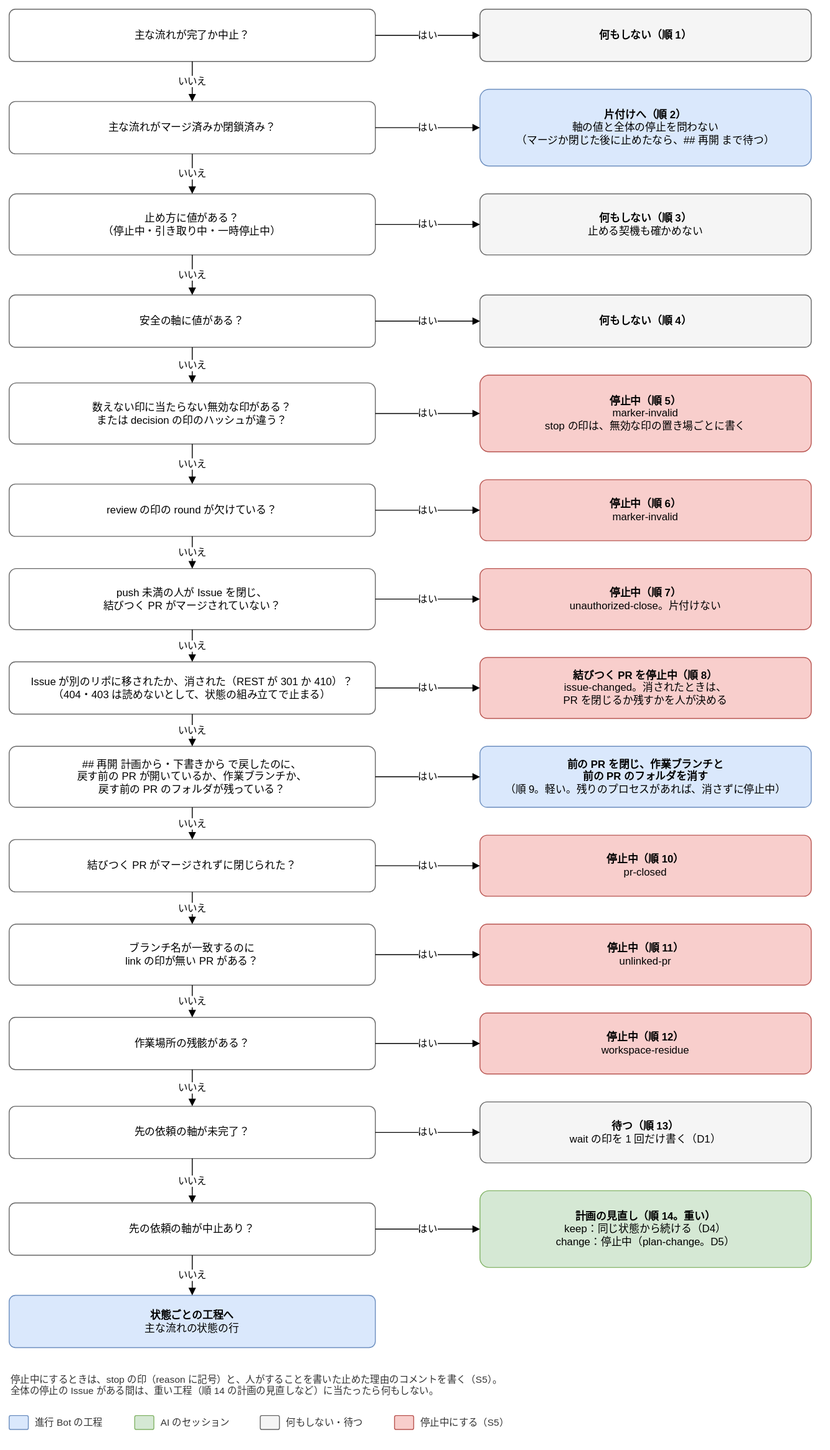
The draw.io diagram docs/design/basic/diagrams/02-next-step-stops.drawio.svg in Joymerrevent/dev-autopilot, before a commit. Source tidied: cells renumbered, new cells last; positions are measured from the earlier drawing's top-left corner, leaving out a move shared by most shapes.
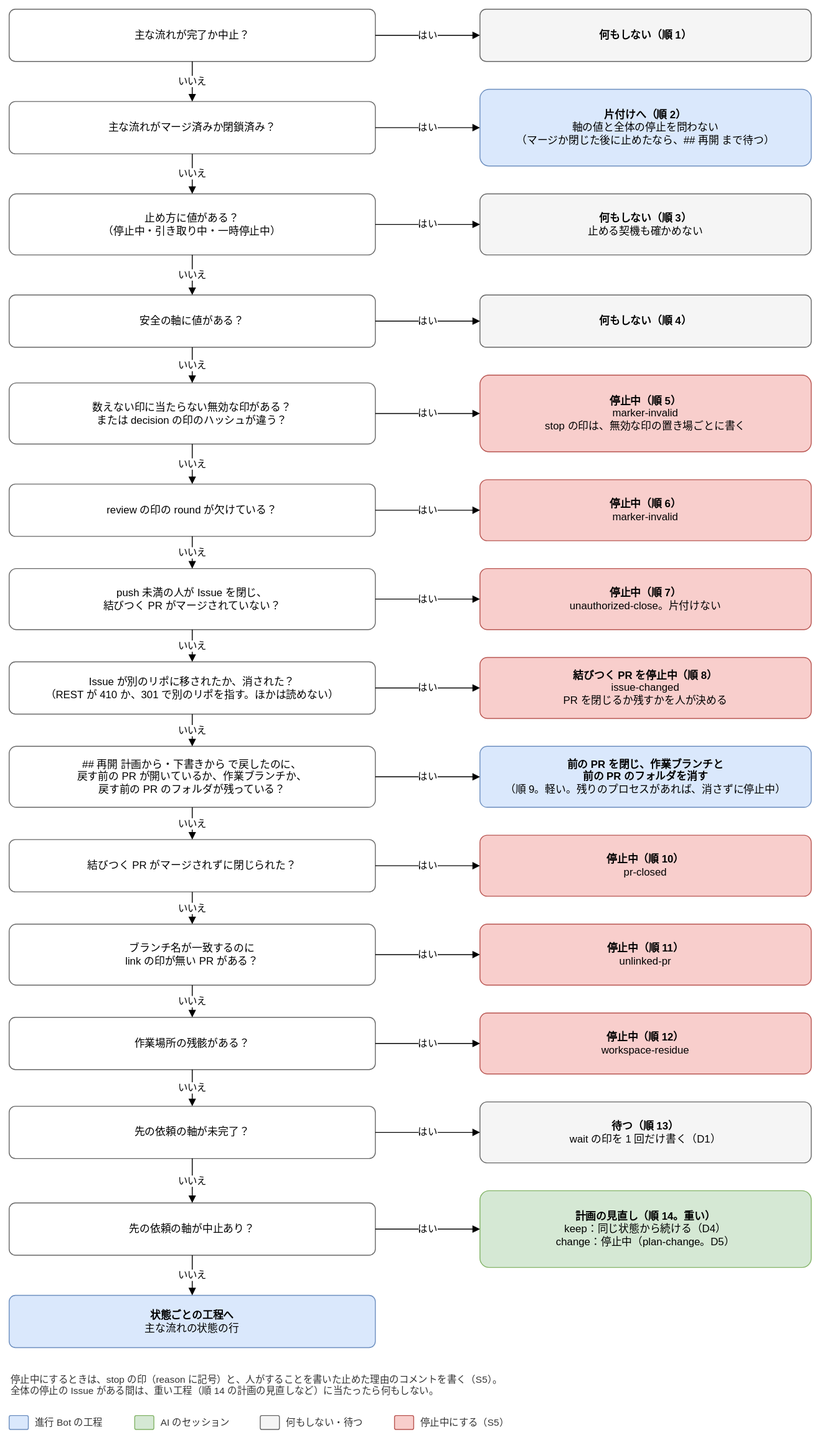
After the change.

Commit message:
docs(design): 基本設計の図で、移されたかの問いを ID の違う 301 にし、issue-changed の人の戻し方を足す

詳細設計の 7 回目の再レビューの R1-60・R1-65 に対応する。
- 02-next-step-stops：移されたかの問いを、Location の先のリポの ID が違う 301 の言い方にし、
  issue-changed の箱に、PR を閉じるか残すかを人が決めることを足す
- 02-workspace-residue：消さずに止めるときの箱に、issue-changed では組を消してから
  PR を閉じるか残すかを決めることを足す

Claude-Session: https://claude.ai/code/session_01LvmXQN14Y95msvojZ6hWNP

The edit, as a diff of the source:
```diff
@@ -83,10 +83,10 @@
     <mxCell id="28" value="いいえ" style="edgeStyle=orthogonalEdgeStyle;rounded=1;html=1;endArrow=block;endFill=1;fontSize=11;labelBackgroundColor=#ffffff;exitX=0.5;exitY=1;exitDx=0;exitDy=0;entryX=0.5;entryY=0;entryDx=0;entryDy=0;" parent="1" edge="1" source="21" target="25">
       <mxGeometry relative="1" as="geometry" />
     </mxCell>
-    <mxCell id="29" value="Issue が別のリポに移されたか、消された（REST が 301 か 410）？&lt;br&gt;（404・403 は読めないとして、状態の組み立てで止まる）" style="rounded=1;whiteSpace=wrap;html=1;fontSize=12;arcSize=12;spacing=12;fillColor=#ffffff;strokeColor=#666666;" parent="1" vertex="1">
+    <mxCell id="29" value="Issue が別のリポに移されたか、消された？&lt;br&gt;（REST が 410 か、301 で別のリポを指す。ほかは読めない）" style="rounded=1;whiteSpace=wrap;html=1;fontSize=12;arcSize=12;spacing=12;fillColor=#ffffff;strokeColor=#666666;" parent="1" vertex="1">
       <mxGeometry y="749" width="420" height="60" as="geometry" />
     </mxCell>
-    <mxCell id="30" value="&lt;b&gt;結びつく PR を停止中（順 8）&lt;/b&gt;&lt;br&gt;issue-changed。消されたときは、&lt;br&gt;PR を閉じるか残すかを人が決める" style="rounded=1;whiteSpace=wrap;html=1;fontSize=12;arcSize=12;spacing=12;fillColor=#f8cecc;strokeColor=#b85450;" parent="1" vertex="1">
+    <mxCell id="30" value="&lt;b&gt;結びつく PR を停止中（順 8）&lt;/b&gt;&lt;br&gt;issue-changed&lt;br&gt;PR を閉じるか残すかを人が決める" style="rounded=1;whiteSpace=wrap;html=1;fontSize=12;arcSize=12;spacing=12;fillColor=#f8cecc;strokeColor=#b85450;" parent="1" vertex="1">
       <mxGeometry x="540" y="744" width="380" height="70" as="geometry" />
     </mxCell>
     <mxCell id="31" value="はい" style="edgeStyle=orthogonalEdgeStyle;rounded=1;html=1;endArrow=block;endFill=1;fontSize=11;labelBackgroundColor=#ffffff;exitX=1;exitY=0.5;exitDx=0;exitDy=0;entryX=0;entryY=0.5;entryDx=0;entryDy=0;" parent="1" edge="1" source="29" target="30">
```
